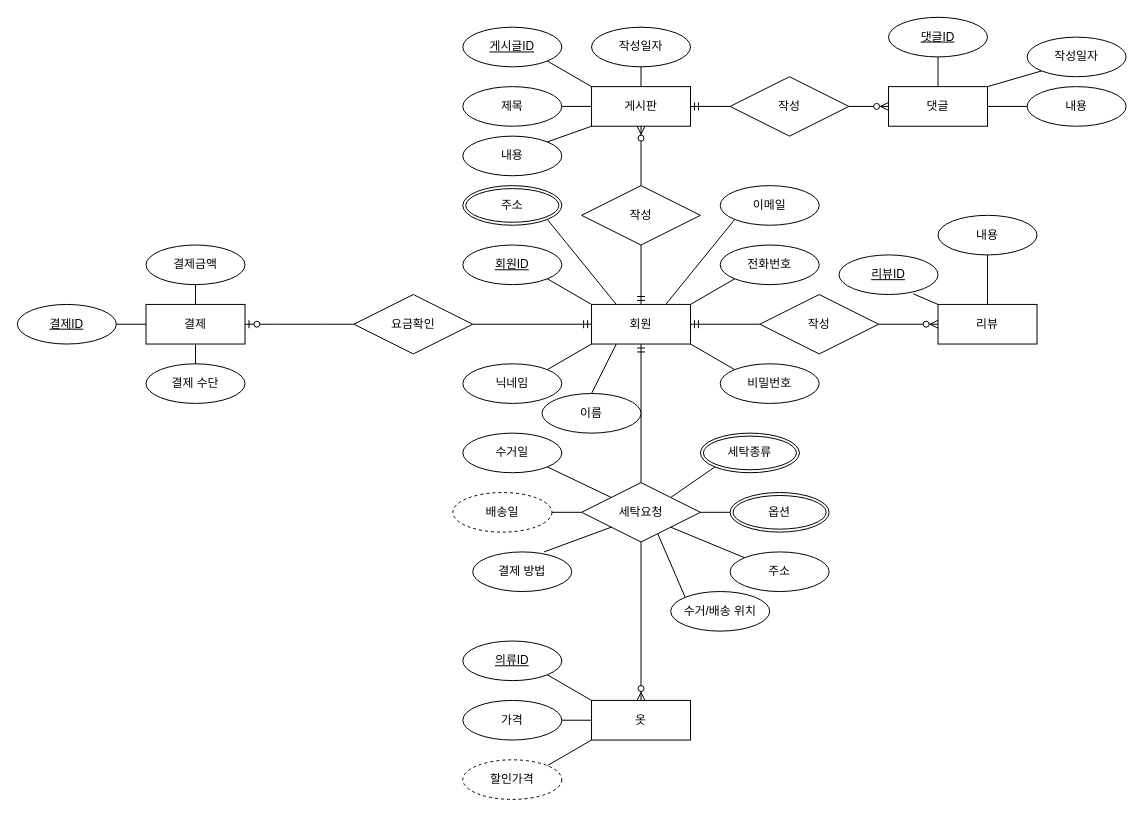
This is daeseda.drawio from Daeseda/daeseda, a draw.io file, before an edit. Source tidied: cells renumbered, new cells numbered last; positions are measured from the earlier drawing's top-left corner, leaving out a move shared by most shapes. Both pictures are drawn from the tidied source at 99%, with x=0, y=0 at pixel (17, 17).
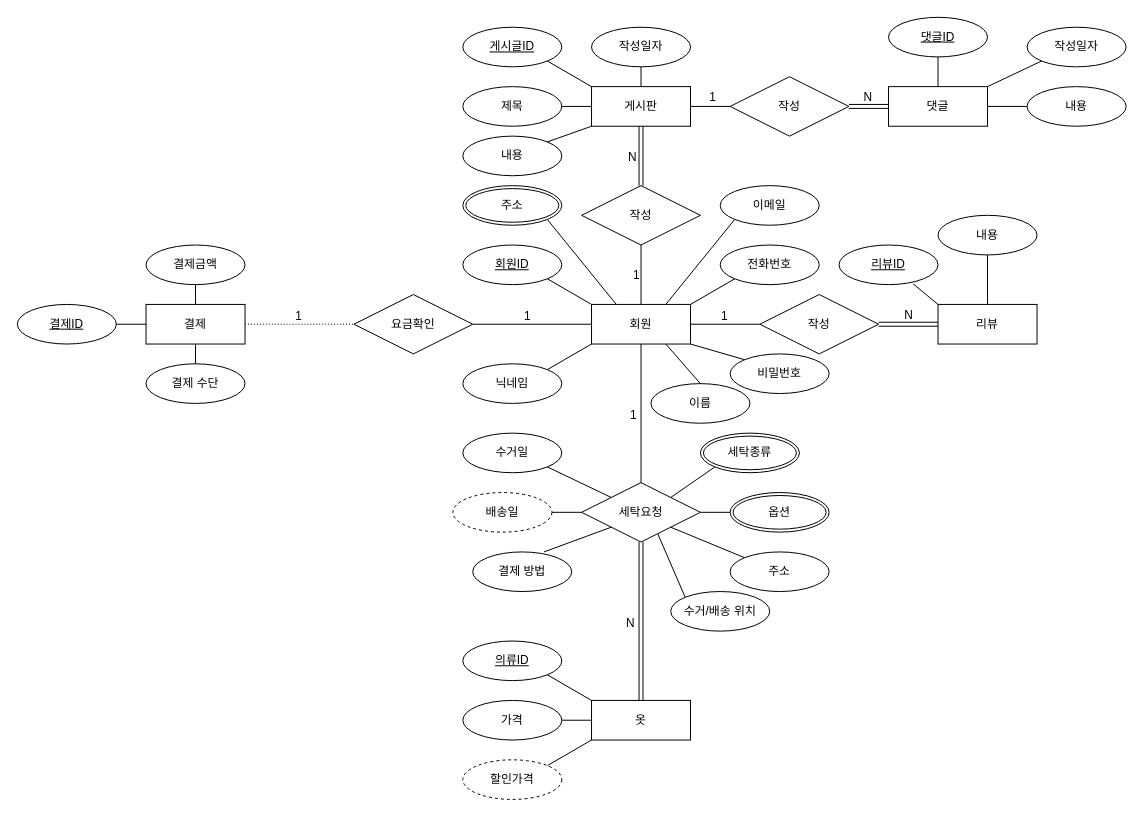
After the change.

Unchanged cells that the change refers to:
```xml
<mxCell id="2" value="회원" style="whiteSpace=wrap;html=1;align=center;" parent="1" vertex="1">
  <mxGeometry x="580" y="290" width="100" height="40" as="geometry" />
</mxCell>
<mxCell id="3" value="게시판" style="whiteSpace=wrap;html=1;align=center;" parent="1" vertex="1">
  <mxGeometry x="580" y="70" width="100" height="40" as="geometry" />
</mxCell>
<mxCell id="4" value="댓글" style="whiteSpace=wrap;html=1;align=center;" parent="1" vertex="1">
  <mxGeometry x="880" y="70" width="100" height="40" as="geometry" />
</mxCell>
<mxCell id="5" value="결제" style="whiteSpace=wrap;html=1;align=center;" parent="1" vertex="1">
  <mxGeometry x="130" y="290" width="100" height="40" as="geometry" />
</mxCell>
<mxCell id="6" value="리뷰" style="whiteSpace=wrap;html=1;align=center;" parent="1" vertex="1">
  <mxGeometry x="930" y="290" width="100" height="40" as="geometry" />
</mxCell>
<mxCell id="7" value="세탁요청" style="shape=rhombus;perimeter=rhombusPerimeter;whiteSpace=wrap;html=1;align=center;" parent="1" vertex="1">
  <mxGeometry x="570" y="470" width="120" height="60" as="geometry" />
</mxCell>
<mxCell id="8" value="옷" style="whiteSpace=wrap;html=1;align=center;" parent="1" vertex="1">
  <mxGeometry x="580" y="690" width="100" height="40" as="geometry" />
</mxCell>
<mxCell id="45" value="작성" style="shape=rhombus;perimeter=rhombusPerimeter;whiteSpace=wrap;html=1;align=center;" parent="1" vertex="1">
  <mxGeometry x="570" y="170" width="120" height="60" as="geometry" />
</mxCell>
<mxCell id="48" value="작성" style="shape=rhombus;perimeter=rhombusPerimeter;whiteSpace=wrap;html=1;align=center;" parent="1" vertex="1">
  <mxGeometry x="720" y="60" width="120" height="60" as="geometry" />
</mxCell>
<mxCell id="65" value="작성" style="shape=rhombus;perimeter=rhombusPerimeter;whiteSpace=wrap;html=1;align=center;" parent="1" vertex="1">
  <mxGeometry x="750" y="280" width="120" height="60" as="geometry" />
</mxCell>
<mxCell id="72" value="요금확인" style="shape=rhombus;perimeter=rhombusPerimeter;whiteSpace=wrap;html=1;align=center;" parent="1" vertex="1">
  <mxGeometry x="340" y="280" width="120" height="60" as="geometry" />
</mxCell>
```

Diff of the diagram source:
```diff
@@
-    <mxCell id="9" style="fontSize=12;html=1;endArrow=ERmandOne;rounded=0;exitX=0.5;exitY=0;exitDx=0;exitDy=0;" parent="1" edge="1" source="7">
-      <mxGeometry relative="1" as="geometry">
-        <mxPoint x="630" y="330" as="targetPoint" />
-      </mxGeometry>
-    </mxCell>
-    <mxCell id="10" style="fontSize=12;html=1;endArrow=ERzeroToMany;endFill=1;rounded=0;exitX=0.5;exitY=1;exitDx=0;exitDy=0;entryX=0.5;entryY=0;entryDx=0;entryDy=0;" parent="1" edge="1" source="7" target="8">
-      <mxGeometry relative="1" as="geometry" />
-    </mxCell>
@@
     <mxCell id="13" value="이름" style="ellipse;whiteSpace=wrap;html=1;align=center;" parent="1" vertex="1">
-      <mxGeometry x="530" y="380" width="100" height="40" as="geometry" />
+      <mxGeometry x="640" y="370" width="100" height="40" as="geometry" />
     </mxCell>
@@
-    <mxCell id="18" style="endArrow=none;html=1;rounded=0;exitX=0.5;exitY=0;exitDx=0;exitDy=0;entryX=0.25;entryY=1;entryDx=0;entryDy=0;" parent="1" edge="1" source="13" target="2">
+    <mxCell id="18" style="endArrow=none;html=1;rounded=0;exitX=0.5;exitY=0;exitDx=0;exitDy=0;entryX=0.75;entryY=1;entryDx=0;entryDy=0;" parent="1" edge="1" source="13" target="2">
       <mxGeometry relative="1" as="geometry" />
     </mxCell>
@@
     <mxCell id="22" value="비밀번호" style="ellipse;whiteSpace=wrap;html=1;align=center;" parent="1" vertex="1">
-      <mxGeometry x="710" y="350" width="100" height="40" as="geometry" />
+      <mxGeometry x="720" y="340" width="100" height="40" as="geometry" />
     </mxCell>
@@
-    <mxCell id="46" style="fontSize=12;html=1;endArrow=ERmandOne;rounded=0;exitX=0.5;exitY=1;exitDx=0;exitDy=0;entryX=0.5;entryY=0;entryDx=0;entryDy=0;" parent="1" edge="1" source="45" target="2">
-      <mxGeometry relative="1" as="geometry" />
-    </mxCell>
-    <mxCell id="47" style="fontSize=12;html=1;endArrow=ERzeroToMany;endFill=1;rounded=0;exitX=0.5;exitY=0;exitDx=0;exitDy=0;entryX=0.5;entryY=1;entryDx=0;entryDy=0;" parent="1" edge="1" source="45" target="3">
-      <mxGeometry relative="1" as="geometry" />
-    </mxCell>
@@
-    <mxCell id="49" style="fontSize=12;html=1;endArrow=ERmandOne;rounded=0;exitX=0;exitY=0.5;exitDx=0;exitDy=0;entryX=1;entryY=0.5;entryDx=0;entryDy=0;" parent="1" edge="1" source="48" target="3">
-      <mxGeometry relative="1" as="geometry" />
-    </mxCell>
-    <mxCell id="50" style="fontSize=12;html=1;endArrow=ERzeroToMany;endFill=1;rounded=0;exitX=1;exitY=0.5;exitDx=0;exitDy=0;entryX=0;entryY=0.5;entryDx=0;entryDy=0;" parent="1" edge="1" source="48" target="4">
-      <mxGeometry relative="1" as="geometry" />
-    </mxCell>
@@
     <mxCell id="63" value="작성일자" style="ellipse;whiteSpace=wrap;html=1;align=center;" parent="1" vertex="1">
-      <mxGeometry x="1020" y="20" width="100" height="40" as="geometry" />
+      <mxGeometry x="1020" y="10" width="100" height="40" as="geometry" />
     </mxCell>
@@
-    <mxCell id="66" style="fontSize=12;html=1;endArrow=ERmandOne;rounded=0;entryX=1;entryY=0.5;entryDx=0;entryDy=0;" parent="1" edge="1" target="2">
-      <mxGeometry relative="1" as="geometry">
-        <mxPoint x="750" y="310" as="sourcePoint" />
-      </mxGeometry>
-    </mxCell>
-    <mxCell id="67" style="fontSize=12;html=1;endArrow=ERzeroToMany;endFill=1;rounded=0;exitX=1;exitY=0.5;exitDx=0;exitDy=0;entryX=0;entryY=0.5;entryDx=0;entryDy=0;" parent="1" edge="1" source="65" target="6">
-      <mxGeometry relative="1" as="geometry" />
-    </mxCell>
     <mxCell id="68" value="리뷰ID" style="ellipse;whiteSpace=wrap;html=1;align=center;fontStyle=4;" parent="1" vertex="1">
-      <mxGeometry x="830" y="240" width="100" height="40" as="geometry" />
+      <mxGeometry x="830" y="230" width="100" height="40" as="geometry" />
     </mxCell>
@@
-    <mxCell id="73" style="fontSize=12;html=1;endArrow=ERmandOne;rounded=0;exitX=1;exitY=0.5;exitDx=0;exitDy=0;entryX=0;entryY=0.5;entryDx=0;entryDy=0;" parent="1" edge="1" source="72" target="2">
-      <mxGeometry relative="1" as="geometry" />
-    </mxCell>
@@
-    <mxCell id="80" style="edgeStyle=entityRelationEdgeStyle;fontSize=12;html=1;endArrow=ERzeroToOne;endFill=1;rounded=0;entryX=1;entryY=0.5;entryDx=0;entryDy=0;exitX=0;exitY=0.5;exitDx=0;exitDy=0;" parent="1" edge="1" source="72" target="5">
-      <mxGeometry relative="1" as="geometry" />
-    </mxCell>
+    <mxCell id="73" style="endArrow=none;html=1;rounded=0;entryX=0;entryY=0.5;entryDx=0;entryDy=0;exitX=1;exitY=0.5;exitDx=0;exitDy=0;" parent="1" edge="1" source="72" target="2">
+      <mxGeometry relative="1" as="geometry" />
+    </mxCell>
+    <mxCell id="81" value="1" style="html=1;whiteSpace=wrap;align=right;verticalAlign=bottom;" parent="73" vertex="1">
+      <mxGeometry x="1" relative="1" as="geometry">
+        <mxPoint x="-60" as="offset" />
+      </mxGeometry>
+    </mxCell>
+    <mxCell id="82" style="endArrow=none;html=1;rounded=0;dashed=1;dashPattern=1 2;exitX=1;exitY=0.5;exitDx=0;exitDy=0;entryX=0;entryY=0.5;entryDx=0;entryDy=0;align=center;" parent="1" edge="1" source="5" target="72">
+      <mxGeometry relative="1" as="geometry" />
+    </mxCell>
+    <mxCell id="83" value="1" style="html=1;whiteSpace=wrap;align=right;verticalAlign=bottom;" parent="82" vertex="1">
+      <mxGeometry x="1" relative="1" as="geometry">
+        <mxPoint x="-51" as="offset" />
+      </mxGeometry>
+    </mxCell>
+    <mxCell id="84" style="endArrow=none;html=1;rounded=0;exitX=0.5;exitY=1;exitDx=0;exitDy=0;entryX=0.5;entryY=0;entryDx=0;entryDy=0;" parent="1" edge="1" source="2" target="7">
+      <mxGeometry relative="1" as="geometry" />
+    </mxCell>
+    <mxCell id="85" value="1" style="html=1;whiteSpace=wrap;align=right;verticalAlign=bottom;" parent="84" vertex="1">
+      <mxGeometry x="1" relative="1" as="geometry">
+        <mxPoint x="-3" y="-60" as="offset" />
+      </mxGeometry>
+    </mxCell>
+    <mxCell id="10" style="shape=link;html=1;rounded=0;exitX=0.5;exitY=1;exitDx=0;exitDy=0;entryX=0.5;entryY=0;entryDx=0;entryDy=0;" parent="1" edge="1" source="7" target="8">
+      <mxGeometry relative="1" as="geometry" />
+    </mxCell>
+    <mxCell id="86" value="N" style="html=1;whiteSpace=wrap;align=right;verticalAlign=bottom;" parent="10" vertex="1">
+      <mxGeometry x="1" relative="1" as="geometry">
+        <mxPoint x="-5" y="-70" as="offset" />
+      </mxGeometry>
+    </mxCell>
+    <mxCell id="87" style="endArrow=none;html=1;rounded=0;" parent="1" edge="1">
+      <mxGeometry relative="1" as="geometry">
+        <mxPoint x="680" y="310" as="sourcePoint" />
+        <mxPoint x="750" y="310" as="targetPoint" />
+      </mxGeometry>
+    </mxCell>
+    <mxCell id="88" value="1" style="html=1;whiteSpace=wrap;align=right;verticalAlign=bottom;" parent="87" vertex="1">
+      <mxGeometry x="1" relative="1" as="geometry">
+        <mxPoint x="-31" as="offset" />
+      </mxGeometry>
+    </mxCell>
+    <mxCell id="89" style="endArrow=none;html=1;rounded=0;exitX=0.5;exitY=0;exitDx=0;exitDy=0;entryX=0.5;entryY=1;entryDx=0;entryDy=0;" parent="1" edge="1" source="2" target="45">
+      <mxGeometry relative="1" as="geometry" />
+    </mxCell>
+    <mxCell id="90" value="1" style="html=1;whiteSpace=wrap;align=right;verticalAlign=bottom;" parent="89" vertex="1">
+      <mxGeometry x="1" relative="1" as="geometry">
+        <mxPoint y="39" as="offset" />
+      </mxGeometry>
+    </mxCell>
+    <mxCell id="47" style="shape=link;html=1;rounded=0;exitX=0.5;exitY=0;exitDx=0;exitDy=0;entryX=0.5;entryY=1;entryDx=0;entryDy=0;" parent="1" edge="1" source="45" target="3">
+      <mxGeometry relative="1" as="geometry" />
+    </mxCell>
+    <mxCell id="91" value="N" style="html=1;whiteSpace=wrap;align=right;verticalAlign=bottom;" parent="47" vertex="1">
+      <mxGeometry x="1" relative="1" as="geometry">
+        <mxPoint x="-3" y="40" as="offset" />
+      </mxGeometry>
+    </mxCell>
+    <mxCell id="67" style="shape=link;html=1;rounded=0;exitX=1;exitY=0.5;exitDx=0;exitDy=0;entryX=0;entryY=0.5;entryDx=0;entryDy=0;" parent="1" edge="1" source="65" target="6">
+      <mxGeometry relative="1" as="geometry" />
+    </mxCell>
+    <mxCell id="92" value="N" style="html=1;whiteSpace=wrap;align=right;verticalAlign=bottom;" parent="67" vertex="1">
+      <mxGeometry x="1" relative="1" as="geometry">
+        <mxPoint x="-24" y="-1" as="offset" />
+      </mxGeometry>
+    </mxCell>
+    <mxCell id="93" style="endArrow=none;html=1;rounded=0;exitX=1;exitY=0.5;exitDx=0;exitDy=0;entryX=0;entryY=0.5;entryDx=0;entryDy=0;" parent="1" edge="1" source="3" target="48">
+      <mxGeometry relative="1" as="geometry" />
+    </mxCell>
+    <mxCell id="94" value="1" style="html=1;whiteSpace=wrap;align=right;verticalAlign=bottom;" parent="93" vertex="1">
+      <mxGeometry x="1" relative="1" as="geometry">
+        <mxPoint x="-13" y="-1" as="offset" />
+      </mxGeometry>
+    </mxCell>
+    <mxCell id="50" style="shape=link;html=1;rounded=0;exitX=1;exitY=0.5;exitDx=0;exitDy=0;entryX=0;entryY=0.5;entryDx=0;entryDy=0;" parent="1" edge="1" source="48" target="4">
+      <mxGeometry relative="1" as="geometry" />
+    </mxCell>
+    <mxCell id="95" value="N" style="html=1;whiteSpace=wrap;align=right;verticalAlign=bottom;" parent="50" vertex="1">
+      <mxGeometry x="1" relative="1" as="geometry">
+        <mxPoint x="-15" y="-1" as="offset" />
+      </mxGeometry>
+    </mxCell>
```
